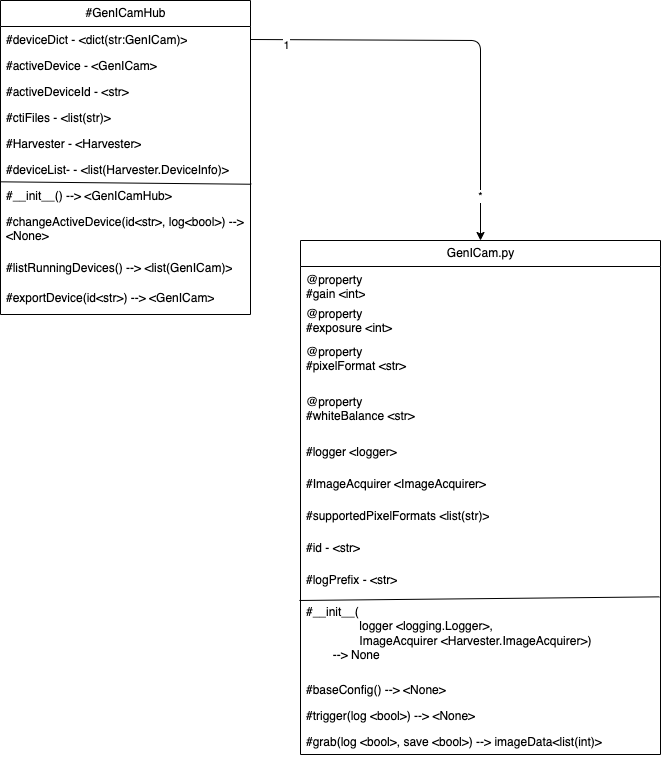
Earlier version of the draw.io export GenICam.png (Philsie/Harvester). Source tidied: cells renumbered, new cells last; positions are measured from the earlier drawing's top-left corner, leaving out a move shared by most shapes.
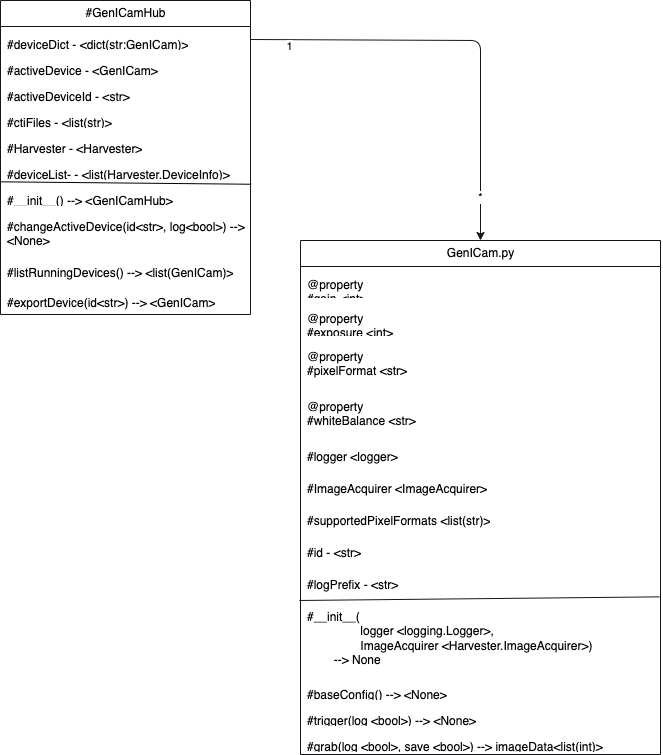
The same file after the commit.

The edit, as a diff of the source:
```diff
@@ -1,99 +1,99 @@
-<mxGraphModel>
+<mxGraphModel background="#ffffff">
   <root>
     <mxCell id="0" />
     <mxCell id="1" parent="0" />
-    <mxCell id="2" value="#GenICamHub" style="swimlane;fontStyle=0;horizontal=1;startSize=26;fillColor=none;html=1;" parent="1" vertex="1">
+    <mxCell id="2" value="#GenICamHub" style="swimlane;fontStyle=0;horizontal=1;startSize=26;html=1;labelBorderColor=none;strokeColor=#18141d;spacingLeft=5;spacingBottom=5;spacingTop=5;spacingRight=5;" parent="1" vertex="1">
       <mxGeometry width="250" height="314" as="geometry" />
     </mxCell>
-    <mxCell id="3" value="#deviceDict - &amp;lt;dict(str:GenICam)&amp;gt;" style="text;strokeColor=none;fillColor=none;align=left;verticalAlign=top;spacingLeft=4;spacingRight=4;overflow=hidden;points=[[0,0.5],[1,0.5]];portConstraint=eastwest;whiteSpace=wrap;html=1;" parent="2" vertex="1">
+    <mxCell id="3" value="#deviceDict - &amp;lt;dict(str:GenICam)&amp;gt;" style="text;strokeColor=none;fillColor=none;align=left;verticalAlign=top;spacingLeft=5;spacingRight=5;overflow=hidden;points=[[0,0.5],[1,0.5]];portConstraint=eastwest;whiteSpace=wrap;html=1;fontColor=#000000;labelBorderColor=none;spacingBottom=5;spacingTop=5;" parent="2" vertex="1">
       <mxGeometry y="26" width="250" height="26" as="geometry" />
     </mxCell>
-    <mxCell id="4" value="#activeDevice - &amp;lt;GenICam&amp;gt;" style="text;strokeColor=none;fillColor=none;align=left;verticalAlign=top;spacingLeft=4;spacingRight=4;overflow=hidden;whiteSpace=wrap;html=1;" parent="2" vertex="1">
+    <mxCell id="4" value="#activeDevice - &amp;lt;GenICam&amp;gt;" style="text;strokeColor=none;fillColor=none;align=left;verticalAlign=top;spacingLeft=5;spacingRight=5;overflow=hidden;whiteSpace=wrap;html=1;fontColor=#000000;labelBorderColor=none;spacingBottom=5;spacingTop=5;" parent="2" vertex="1">
       <mxGeometry y="52" width="250" height="26" as="geometry" />
     </mxCell>
-    <mxCell id="5" value="#activeDeviceId - &amp;lt;str&amp;gt;" style="text;strokeColor=none;fillColor=none;align=left;verticalAlign=top;spacingLeft=4;spacingRight=4;overflow=hidden;whiteSpace=wrap;html=1;" parent="2" vertex="1">
+    <mxCell id="5" value="#activeDeviceId - &amp;lt;str&amp;gt;" style="text;strokeColor=none;fillColor=none;align=left;verticalAlign=top;spacingLeft=5;spacingRight=5;overflow=hidden;whiteSpace=wrap;html=1;fontColor=#000000;labelBorderColor=none;spacingBottom=5;spacingTop=5;" parent="2" vertex="1">
       <mxGeometry y="78" width="250" height="26" as="geometry" />
     </mxCell>
-    <mxCell id="6" value="#ctiFiles - &amp;lt;list(str)&amp;gt;" style="text;strokeColor=none;fillColor=none;align=left;verticalAlign=top;spacingLeft=4;spacingRight=4;overflow=hidden;whiteSpace=wrap;html=1;" parent="2" vertex="1">
+    <mxCell id="6" value="#ctiFiles - &amp;lt;list(str)&amp;gt;" style="text;strokeColor=none;fillColor=none;align=left;verticalAlign=top;spacingLeft=5;spacingRight=5;overflow=hidden;whiteSpace=wrap;html=1;fontColor=#000000;labelBorderColor=none;spacingBottom=5;spacingTop=5;" parent="2" vertex="1">
       <mxGeometry y="104" width="250" height="26" as="geometry" />
     </mxCell>
-    <mxCell id="7" value="#Harvester - &amp;lt;Harvester&amp;gt;" style="text;strokeColor=none;fillColor=none;align=left;verticalAlign=top;spacingLeft=4;spacingRight=4;overflow=hidden;whiteSpace=wrap;html=1;" parent="2" vertex="1">
+    <mxCell id="7" value="#Harvester - &amp;lt;Harvester&amp;gt;" style="text;strokeColor=none;fillColor=none;align=left;verticalAlign=top;spacingLeft=5;spacingRight=5;overflow=hidden;whiteSpace=wrap;html=1;fontColor=#000000;labelBorderColor=none;spacingBottom=5;spacingTop=5;" parent="2" vertex="1">
       <mxGeometry y="130" width="250" height="26" as="geometry" />
     </mxCell>
-    <mxCell id="8" value="#deviceList- - &amp;lt;list(Harvester.DeviceInfo)&amp;gt;" style="text;strokeColor=none;fillColor=none;align=left;verticalAlign=top;spacingLeft=4;spacingRight=4;overflow=hidden;whiteSpace=wrap;html=1;" parent="2" vertex="1">
+    <mxCell id="8" value="#deviceList- - &amp;lt;list(Harvester.DeviceInfo)&amp;gt;" style="text;strokeColor=none;fillColor=none;align=left;verticalAlign=top;spacingLeft=5;spacingRight=5;overflow=hidden;whiteSpace=wrap;html=1;fontColor=#000000;labelBorderColor=none;spacingBottom=5;spacingTop=5;" parent="2" vertex="1">
       <mxGeometry y="156" width="250" height="26" as="geometry" />
     </mxCell>
-    <mxCell id="9" value="#__init__() --&amp;gt; &amp;lt;GenICamHub&amp;gt;" style="text;strokeColor=none;fillColor=none;align=left;verticalAlign=top;spacingLeft=4;spacingRight=4;overflow=hidden;points=[[0,0.5],[1,0.5]];portConstraint=eastwest;whiteSpace=wrap;html=1;" parent="2" vertex="1">
+    <mxCell id="9" value="#__init__() --&amp;gt; &amp;lt;GenICamHub&amp;gt;" style="text;strokeColor=none;fillColor=none;align=left;verticalAlign=top;spacingLeft=5;spacingRight=5;overflow=hidden;points=[[0,0.5],[1,0.5]];portConstraint=eastwest;whiteSpace=wrap;html=1;fontColor=#000000;labelBorderColor=none;spacingBottom=5;spacingTop=5;" parent="2" vertex="1">
       <mxGeometry y="182" width="250" height="26" as="geometry" />
     </mxCell>
-    <mxCell id="10" style="endArrow=none;html=1;exitX=0;exitY=-0.026;exitDx=0;exitDy=0;exitPerimeter=0;entryX=1.003;entryY=0.067;entryDx=0;entryDy=0;entryPerimeter=0;" parent="2" edge="1" source="9" target="9">
+    <mxCell id="10" style="endArrow=none;html=1;exitX=0;exitY=-0.026;exitDx=0;exitDy=0;exitPerimeter=0;entryX=1.003;entryY=0.067;entryDx=0;entryDy=0;entryPerimeter=0;fontColor=#000000;labelBorderColor=none;strokeColor=#000000;spacingLeft=5;spacingBottom=5;spacingTop=5;spacingRight=5;" parent="2" edge="1" source="9" target="9">
       <mxGeometry relative="1" as="geometry" />
     </mxCell>
-    <mxCell id="11" value="#changeActiveDevice(id&amp;lt;str&amp;gt;, log&amp;lt;bool&amp;gt;) --&amp;gt; &amp;lt;None&amp;gt;&amp;nbsp;" style="text;strokeColor=none;fillColor=none;align=left;verticalAlign=top;spacingLeft=4;spacingRight=4;overflow=hidden;whiteSpace=wrap;html=1;" parent="2" vertex="1">
+    <mxCell id="11" value="#changeActiveDevice(id&amp;lt;str&amp;gt;, log&amp;lt;bool&amp;gt;) --&amp;gt; &amp;lt;None&amp;gt;&amp;nbsp;" style="text;strokeColor=none;fillColor=none;align=left;verticalAlign=top;spacingLeft=5;spacingRight=5;overflow=hidden;whiteSpace=wrap;html=1;fontColor=#000000;labelBorderColor=none;spacingBottom=5;spacingTop=5;" parent="2" vertex="1">
       <mxGeometry y="208" width="250" height="46" as="geometry" />
     </mxCell>
-    <mxCell id="12" value="#listRunningDevices() --&amp;gt; &amp;lt;list(GenICam)&amp;gt;" style="text;strokeColor=none;fillColor=none;align=left;verticalAlign=top;spacingLeft=4;spacingRight=4;overflow=hidden;whiteSpace=wrap;html=1;" parent="2" vertex="1">
+    <mxCell id="12" value="#listRunningDevices() --&amp;gt; &amp;lt;list(GenICam)&amp;gt;" style="text;strokeColor=none;fillColor=none;align=left;verticalAlign=top;spacingLeft=5;spacingRight=5;overflow=hidden;whiteSpace=wrap;html=1;fontColor=#000000;labelBorderColor=none;spacingBottom=5;spacingTop=5;" parent="2" vertex="1">
       <mxGeometry y="254" width="250" height="30" as="geometry" />
     </mxCell>
-    <mxCell id="13" value="#exportDevice(id&amp;lt;str&amp;gt;) --&amp;gt; &amp;lt;GenICam&amp;gt;" style="text;strokeColor=none;fillColor=none;align=left;verticalAlign=top;spacingLeft=4;spacingRight=4;overflow=hidden;whiteSpace=wrap;html=1;" parent="2" vertex="1">
+    <mxCell id="13" value="#exportDevice(id&amp;lt;str&amp;gt;) --&amp;gt; &amp;lt;GenICam&amp;gt;" style="text;strokeColor=none;fillColor=none;align=left;verticalAlign=top;spacingLeft=5;spacingRight=5;overflow=hidden;whiteSpace=wrap;html=1;fontColor=#000000;labelBorderColor=none;spacingBottom=5;spacingTop=5;" parent="2" vertex="1">
       <mxGeometry y="284" width="250" height="30" as="geometry" />
     </mxCell>
-    <mxCell id="14" value="GenICam.py" style="swimlane;fontStyle=0;horizontal=1;startSize=26;fillColor=none;html=1;" parent="1" vertex="1">
+    <mxCell id="14" value="GenICam.py" style="swimlane;fontStyle=0;horizontal=1;startSize=26;html=1;labelBorderColor=none;strokeColor=#15121a;spacingLeft=5;spacingBottom=5;spacingTop=5;spacingRight=5;" parent="1" vertex="1">
       <mxGeometry x="300" y="240" width="360" height="514" as="geometry" />
     </mxCell>
-    <mxCell id="15" value="@property&lt;br&gt;#gain &amp;lt;int&amp;gt;" style="text;strokeColor=none;fillColor=none;align=left;verticalAlign=top;spacingLeft=4;spacingRight=4;overflow=hidden;whiteSpace=wrap;html=1;" parent="14" vertex="1">
+    <mxCell id="15" value="@property&lt;br&gt;#gain &amp;lt;int&amp;gt;" style="text;strokeColor=none;fillColor=none;align=left;verticalAlign=top;spacingLeft=5;spacingRight=5;overflow=hidden;whiteSpace=wrap;html=1;fontColor=#000000;labelBorderColor=none;spacingBottom=5;spacingTop=5;" parent="14" vertex="1">
       <mxGeometry y="26" width="360" height="34" as="geometry" />
     </mxCell>
-    <mxCell id="16" value="@property&lt;br&gt;#exposure &amp;lt;int&amp;gt;&amp;nbsp;" style="text;strokeColor=none;fillColor=none;align=left;verticalAlign=top;spacingLeft=4;spacingRight=4;overflow=hidden;whiteSpace=wrap;html=1;" parent="14" vertex="1">
+    <mxCell id="16" value="@property&lt;br&gt;#exposure &amp;lt;int&amp;gt;&amp;nbsp;" style="text;strokeColor=none;fillColor=none;align=left;verticalAlign=top;spacingLeft=5;spacingRight=5;overflow=hidden;whiteSpace=wrap;html=1;fontColor=#000000;labelBorderColor=none;spacingBottom=5;spacingTop=5;" parent="14" vertex="1">
       <mxGeometry y="60" width="360" height="38" as="geometry" />
     </mxCell>
-    <mxCell id="17" value="@property&lt;br&gt;#pixelFormat &amp;lt;str&amp;gt;&amp;nbsp;" style="text;strokeColor=none;fillColor=none;align=left;verticalAlign=top;spacingLeft=4;spacingRight=4;overflow=hidden;whiteSpace=wrap;html=1;" parent="14" vertex="1">
+    <mxCell id="17" value="@property&lt;br&gt;#pixelFormat &amp;lt;str&amp;gt;&amp;nbsp;" style="text;strokeColor=none;fillColor=none;align=left;verticalAlign=top;spacingLeft=5;spacingRight=5;overflow=hidden;whiteSpace=wrap;html=1;fontColor=#000000;labelBorderColor=none;spacingBottom=5;spacingTop=5;" parent="14" vertex="1">
       <mxGeometry y="98" width="360" height="50" as="geometry" />
     </mxCell>
-    <mxCell id="18" value="@property&lt;br&gt;#whiteBalance &amp;lt;str&amp;gt;" style="text;strokeColor=none;fillColor=none;align=left;verticalAlign=top;spacingLeft=4;spacingRight=4;overflow=hidden;whiteSpace=wrap;html=1;" parent="14" vertex="1">
+    <mxCell id="18" value="@property&lt;br&gt;#whiteBalance &amp;lt;str&amp;gt;" style="text;strokeColor=none;fillColor=none;align=left;verticalAlign=top;spacingLeft=5;spacingRight=5;overflow=hidden;whiteSpace=wrap;html=1;fontColor=#000000;labelBorderColor=none;spacingBottom=5;spacingTop=5;" parent="14" vertex="1">
       <mxGeometry y="148" width="360" height="50" as="geometry" />
     </mxCell>
-    <mxCell id="19" value="#logger &amp;lt;logger&amp;gt;" style="text;strokeColor=none;fillColor=none;align=left;verticalAlign=top;spacingLeft=4;spacingRight=4;overflow=hidden;whiteSpace=wrap;html=1;" parent="14" vertex="1">
+    <mxCell id="19" value="#logger &amp;lt;logger&amp;gt;" style="text;strokeColor=none;fillColor=none;align=left;verticalAlign=top;spacingLeft=5;spacingRight=5;overflow=hidden;whiteSpace=wrap;html=1;fontColor=#000000;labelBorderColor=none;spacingBottom=5;spacingTop=5;" parent="14" vertex="1">
       <mxGeometry y="198" width="360" height="32" as="geometry" />
     </mxCell>
-    <mxCell id="20" value="#ImageAcquirer &amp;lt;ImageAcquirer&amp;gt;" style="text;strokeColor=none;fillColor=none;align=left;verticalAlign=top;spacingLeft=4;spacingRight=4;overflow=hidden;whiteSpace=wrap;html=1;" parent="14" vertex="1">
+    <mxCell id="20" value="#ImageAcquirer &amp;lt;ImageAcquirer&amp;gt;" style="text;strokeColor=none;fillColor=none;align=left;verticalAlign=top;spacingLeft=5;spacingRight=5;overflow=hidden;whiteSpace=wrap;html=1;fontColor=#000000;labelBorderColor=none;spacingBottom=5;spacingTop=5;" parent="14" vertex="1">
       <mxGeometry y="230" width="360" height="32" as="geometry" />
     </mxCell>
-    <mxCell id="21" value="#supportedPixelFormats &amp;lt;list(str)&amp;gt;" style="text;strokeColor=none;fillColor=none;align=left;verticalAlign=top;spacingLeft=4;spacingRight=4;overflow=hidden;whiteSpace=wrap;html=1;" parent="14" vertex="1">
+    <mxCell id="21" value="#supportedPixelFormats &amp;lt;list(str)&amp;gt;" style="text;strokeColor=none;fillColor=none;align=left;verticalAlign=top;spacingLeft=5;spacingRight=5;overflow=hidden;whiteSpace=wrap;html=1;fontColor=#000000;labelBorderColor=none;spacingBottom=5;spacingTop=5;" parent="14" vertex="1">
       <mxGeometry y="262" width="360" height="32" as="geometry" />
     </mxCell>
-    <mxCell id="22" value="#id - &amp;lt;str&amp;gt;" style="text;strokeColor=none;fillColor=none;align=left;verticalAlign=top;spacingLeft=4;spacingRight=4;overflow=hidden;whiteSpace=wrap;html=1;" parent="14" vertex="1">
+    <mxCell id="22" value="#id - &amp;lt;str&amp;gt;" style="text;strokeColor=none;fillColor=none;align=left;verticalAlign=top;spacingLeft=5;spacingRight=5;overflow=hidden;whiteSpace=wrap;html=1;fontColor=#000000;labelBorderColor=none;spacingBottom=5;spacingTop=5;" parent="14" vertex="1">
       <mxGeometry y="294" width="360" height="32" as="geometry" />
     </mxCell>
-    <mxCell id="23" value="#logPrefix - &amp;lt;str&amp;gt;" style="text;strokeColor=none;fillColor=none;align=left;verticalAlign=top;spacingLeft=4;spacingRight=4;overflow=hidden;points=[[0,0.5],[1,0.5]];portConstraint=eastwest;whiteSpace=wrap;html=1;" parent="14" vertex="1">
+    <mxCell id="23" value="#logPrefix - &amp;lt;str&amp;gt;" style="text;strokeColor=none;fillColor=none;align=left;verticalAlign=top;spacingLeft=5;spacingRight=5;overflow=hidden;points=[[0,0.5],[1,0.5]];portConstraint=eastwest;whiteSpace=wrap;html=1;fontColor=#000000;labelBorderColor=none;spacingBottom=5;spacingTop=5;" parent="14" vertex="1">
       <mxGeometry y="326" width="360" height="32" as="geometry" />
     </mxCell>
-    <mxCell id="24" value="#__init__(&lt;br&gt;&lt;span style=&quot;white-space: pre;&quot;&gt;&#9;&lt;/span&gt;&amp;nbsp; &amp;nbsp; &amp;nbsp;&lt;span style=&quot;white-space: pre;&quot;&gt;&#9;&lt;/span&gt;logger &amp;lt;logging.Logger&amp;gt;,&lt;br&gt;&lt;span style=&quot;white-space: pre;&quot;&gt;&#9;&lt;/span&gt;&lt;span style=&quot;white-space: pre;&quot;&gt;&#9;&lt;/span&gt;ImageAcquirer &amp;lt;Harvester.ImageAcquirer&amp;gt;) &lt;br&gt;&lt;span style=&quot;white-space: pre;&quot;&gt;&#9;&lt;/span&gt;--&amp;gt; None" style="text;strokeColor=none;fillColor=none;align=left;verticalAlign=top;spacingLeft=4;spacingRight=4;overflow=hidden;points=[[0,0.5],[1,0.5]];portConstraint=eastwest;whiteSpace=wrap;html=1;" parent="14" vertex="1">
+    <mxCell id="24" value="#__init__(&lt;br&gt;&lt;span style=&quot;white-space: pre;&quot;&gt;&#9;&lt;/span&gt;&amp;nbsp; &amp;nbsp; &amp;nbsp;&lt;span style=&quot;white-space: pre;&quot;&gt;&#9;&lt;/span&gt;logger &amp;lt;logging.Logger&amp;gt;,&lt;br&gt;&lt;span style=&quot;white-space: pre;&quot;&gt;&#9;&lt;/span&gt;&lt;span style=&quot;white-space: pre;&quot;&gt;&#9;&lt;/span&gt;ImageAcquirer &amp;lt;Harvester.ImageAcquirer&amp;gt;) &lt;br&gt;&lt;span style=&quot;white-space: pre;&quot;&gt;&#9;&lt;/span&gt;--&amp;gt; None" style="text;strokeColor=none;fillColor=none;align=left;verticalAlign=top;spacingLeft=5;spacingRight=5;overflow=hidden;points=[[0,0.5],[1,0.5]];portConstraint=eastwest;whiteSpace=wrap;html=1;fontColor=#000000;labelBorderColor=none;spacingBottom=5;spacingTop=5;" parent="14" vertex="1">
       <mxGeometry y="358" width="360" height="78" as="geometry" />
     </mxCell>
-    <mxCell id="25" value="#baseConfig() --&amp;gt; &amp;lt;None&amp;gt;" style="text;strokeColor=none;fillColor=none;align=left;verticalAlign=top;spacingLeft=4;spacingRight=4;overflow=hidden;whiteSpace=wrap;html=1;" parent="14" vertex="1">
+    <mxCell id="25" value="#baseConfig() --&amp;gt; &amp;lt;None&amp;gt;" style="text;strokeColor=none;fillColor=none;align=left;verticalAlign=top;spacingLeft=5;spacingRight=5;overflow=hidden;whiteSpace=wrap;html=1;fontColor=#000000;labelBorderColor=none;spacingBottom=5;spacingTop=5;" parent="14" vertex="1">
       <mxGeometry y="436" width="360" height="26" as="geometry" />
     </mxCell>
-    <mxCell id="26" value="#trigger(log &amp;lt;bool&amp;gt;) --&amp;gt; &amp;lt;None&amp;gt;" style="text;strokeColor=none;fillColor=none;align=left;verticalAlign=top;spacingLeft=4;spacingRight=4;overflow=hidden;whiteSpace=wrap;html=1;" parent="14" vertex="1">
+    <mxCell id="26" value="#trigger(log &amp;lt;bool&amp;gt;) --&amp;gt; &amp;lt;None&amp;gt;" style="text;strokeColor=none;fillColor=none;align=left;verticalAlign=top;spacingLeft=5;spacingRight=5;overflow=hidden;whiteSpace=wrap;html=1;fontColor=#000000;labelBorderColor=none;spacingBottom=5;spacingTop=5;" parent="14" vertex="1">
       <mxGeometry y="462" width="360" height="26" as="geometry" />
     </mxCell>
-    <mxCell id="27" value="#grab(log &amp;lt;bool&amp;gt;, save &amp;lt;bool&amp;gt;) --&amp;gt; imageData&amp;lt;list(int)&amp;gt;" style="text;strokeColor=none;fillColor=none;align=left;verticalAlign=top;spacingLeft=4;spacingRight=4;overflow=hidden;whiteSpace=wrap;html=1;" parent="14" vertex="1">
+    <mxCell id="27" value="#grab(log &amp;lt;bool&amp;gt;, save &amp;lt;bool&amp;gt;) --&amp;gt; imageData&amp;lt;list(int)&amp;gt;" style="text;strokeColor=none;fillColor=none;align=left;verticalAlign=top;spacingLeft=5;spacingRight=5;overflow=hidden;whiteSpace=wrap;html=1;fontColor=#000000;labelBorderColor=none;spacingBottom=5;spacingTop=5;" parent="14" vertex="1">
       <mxGeometry y="488" width="360" height="26" as="geometry" />
     </mxCell>
-    <mxCell id="28" style="endArrow=none;html=1;exitX=-0.003;exitY=1.062;exitDx=0;exitDy=0;exitPerimeter=0;entryX=0.997;entryY=-0.021;entryDx=0;entryDy=0;entryPerimeter=0;" parent="14" edge="1" source="23" target="24">
+    <mxCell id="28" style="endArrow=none;html=1;exitX=-0.003;exitY=1.062;exitDx=0;exitDy=0;exitPerimeter=0;entryX=0.997;entryY=-0.021;entryDx=0;entryDy=0;entryPerimeter=0;fontColor=#000000;labelBorderColor=#18141d;strokeColor=#18141d;spacingLeft=5;spacingBottom=5;spacingTop=5;spacingRight=5;" parent="14" edge="1" source="23" target="24">
       <mxGeometry relative="1" as="geometry" />
     </mxCell>
-    <mxCell id="29" style="edgeStyle=none;html=1;entryX=0.5;entryY=0;entryDx=0;entryDy=0;exitX=1;exitY=0.5;exitDx=0;exitDy=0;" parent="1" edge="1" source="3" target="14">
+    <mxCell id="29" style="edgeStyle=none;html=1;entryX=0.5;entryY=0;entryDx=0;entryDy=0;exitX=1;exitY=0.5;exitDx=0;exitDy=0;fontColor=#000000;labelBorderColor=none;strokeColor=#18141d;labelBackgroundColor=#ffffff;spacingLeft=5;spacingBottom=5;spacingTop=5;spacingRight=5;" parent="1" edge="1" source="3" target="14">
       <mxGeometry relative="1" as="geometry">
         <Array as="points">
           <mxPoint x="480" y="40" />
         </Array>
       </mxGeometry>
     </mxCell>
-    <mxCell id="30" value="1" style="edgeLabel;html=1;align=center;verticalAlign=middle;" parent="29" vertex="1">
+    <mxCell id="30" value="1" style="edgeLabel;html=1;align=center;verticalAlign=middle;fontColor=#000000;labelBorderColor=none;labelBackgroundColor=#FFFFFF;spacingLeft=5;spacingBottom=5;spacingTop=5;spacingRight=5;" parent="29" vertex="1">
       <mxGeometry x="-0.83" y="-5" relative="1" as="geometry" />
     </mxCell>
-    <mxCell id="31" value="*" style="edgeLabel;html=1;align=center;verticalAlign=middle;" parent="29" vertex="1">
+    <mxCell id="31" value="*" style="edgeLabel;html=1;align=center;verticalAlign=middle;fontColor=#000000;labelBorderColor=none;labelBackgroundColor=#FFFFFF;spacingLeft=5;spacingBottom=5;spacingTop=5;spacingRight=5;" parent="29" vertex="1">
       <mxGeometry x="0.8" relative="1" as="geometry">
         <mxPoint x="-1" as="offset" />
       </mxGeometry>
```
